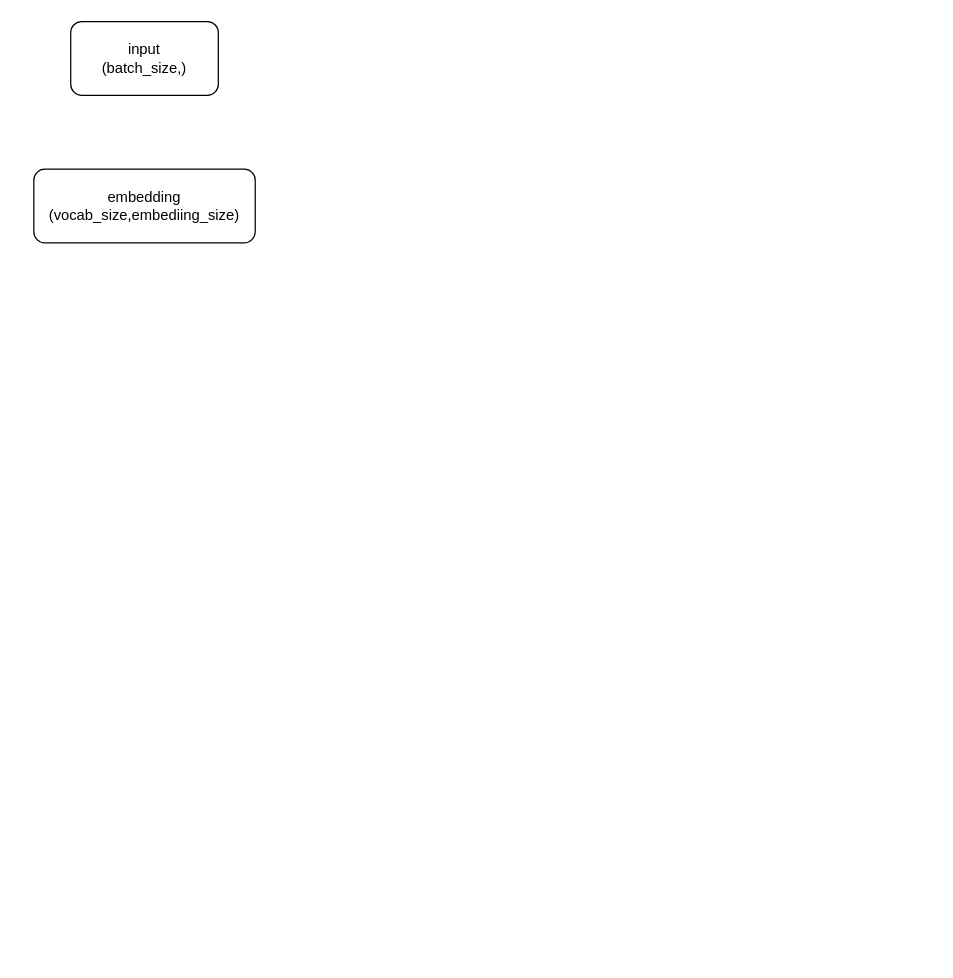
Earlier version of the draw.io diagram 未命名绘图.drawio (runoob09/drawio). Source tidied: cells renumbered, new cells numbered last; positions are measured from the earlier drawing's top-left corner, leaving out a move shared by most shapes. Both pictures are drawn from the tidied source at 123%, with x=0, y=0 at pixel (33, 21).
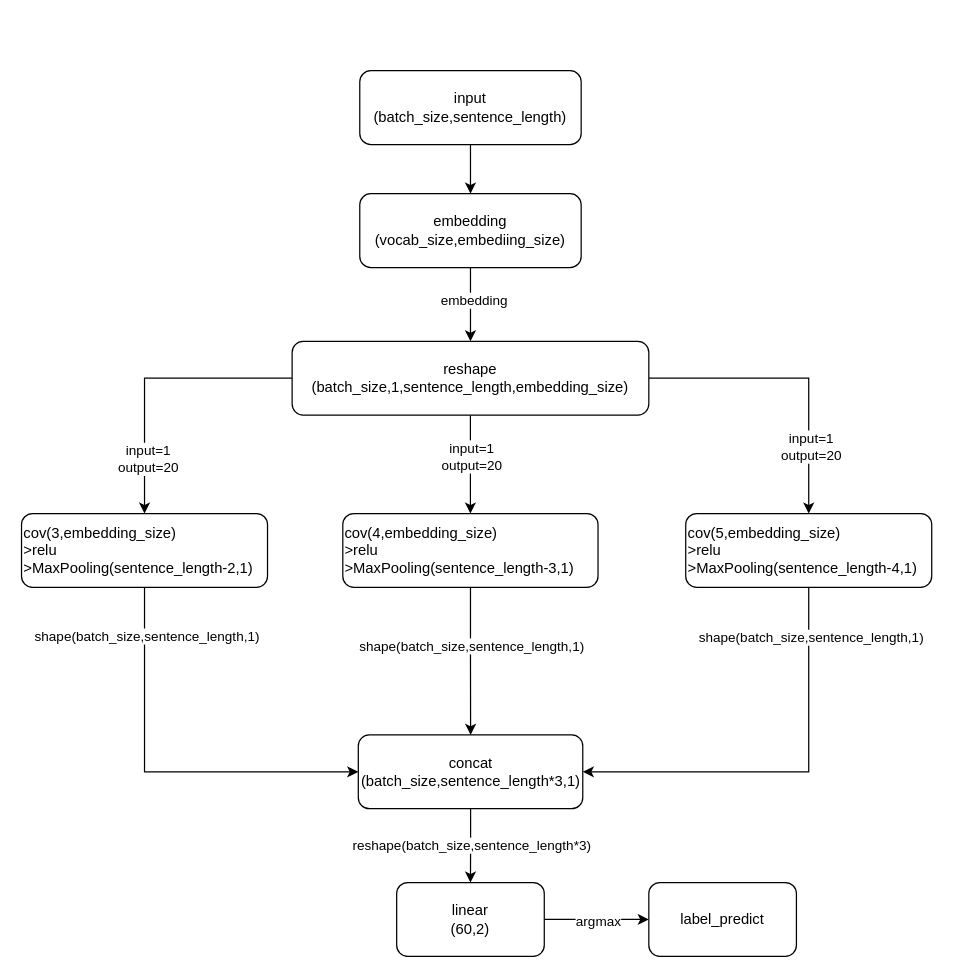
The same page after the edit.

Commit message:
更新未命名绘图.drawio

Diff of the diagram source:
```diff
@@
+    <mxCell id="4" style="edgeStyle=orthogonalEdgeStyle;rounded=0;jettySize=auto;html=1;entryX=0.5;entryY=0;entryDx=0;entryDy=0;" parent="1" edge="1" source="2" target="3">
+      <mxGeometry relative="1" as="geometry" />
+    </mxCell>
-    <mxCell id="2" value="input&lt;div&gt;(batch_size,)&lt;/div&gt;" style="rounded=1;whiteSpace=wrap;html=1;" parent="1" vertex="1">
-      <mxGeometry x="30" width="120" height="60" as="geometry" />
+    <mxCell id="2" value="input&lt;div&gt;(batch_size,sentence_length)&lt;/div&gt;" style="rounded=1;whiteSpace=wrap;html=1;" parent="1" vertex="1">
+      <mxGeometry x="265" y="40" width="180" height="60" as="geometry" />
     </mxCell>
+    <mxCell id="5" style="edgeStyle=orthogonalEdgeStyle;rounded=0;jettySize=auto;html=1;entryX=0.5;entryY=0;entryDx=0;entryDy=0;" parent="1" edge="1" source="3" target="13">
+      <mxGeometry relative="1" as="geometry" />
+    </mxCell>
+    <mxCell id="6" value="embedding" style="edgeLabel;html=1;align=center;verticalAlign=middle;" parent="5" vertex="1">
+      <mxGeometry x="-0.14" y="2" relative="1" as="geometry" />
+    </mxCell>
     <mxCell id="3" value="embedding&lt;div&gt;(vocab_size,embediing_size)&lt;/div&gt;" style="rounded=1;whiteSpace=wrap;html=1;" parent="1" vertex="1">
-      <mxGeometry y="120" width="180" height="60" as="geometry" />
+      <mxGeometry x="265" y="140" width="180" height="60" as="geometry" />
     </mxCell>
+    <mxCell id="7" style="edgeStyle=orthogonalEdgeStyle;rounded=0;jettySize=auto;html=1;entryX=0.5;entryY=0;entryDx=0;entryDy=0;" parent="1" edge="1" source="13" target="19">
+      <mxGeometry relative="1" as="geometry" />
+    </mxCell>
+    <mxCell id="8" value="input=1&lt;div&gt;output=20&lt;/div&gt;" style="edgeLabel;html=1;align=center;verticalAlign=middle;" parent="7" vertex="1">
+      <mxGeometry x="-0.18" y="1" relative="1" as="geometry" />
+    </mxCell>
+    <mxCell id="9" style="edgeStyle=orthogonalEdgeStyle;rounded=0;jettySize=auto;html=1;" parent="1" edge="1" source="13" target="16">
+      <mxGeometry relative="1" as="geometry" />
+    </mxCell>
+    <mxCell id="10" value="input=1&lt;div&gt;output=20&lt;/div&gt;" style="edgeLabel;html=1;align=center;verticalAlign=middle;" parent="9" vertex="1">
+      <mxGeometry x="0.61" y="2" relative="1" as="geometry" />
+    </mxCell>
+    <mxCell id="11" style="edgeStyle=orthogonalEdgeStyle;rounded=0;jettySize=auto;html=1;" parent="1" edge="1" source="13" target="22">
+      <mxGeometry relative="1" as="geometry" />
+    </mxCell>
+    <mxCell id="12" value="input=1&lt;div&gt;output=20&lt;/div&gt;" style="edgeLabel;html=1;align=center;verticalAlign=middle;" parent="11" vertex="1">
+      <mxGeometry x="0.54" y="1" relative="1" as="geometry" />
+    </mxCell>
+    <mxCell id="13" value="reshape&lt;div&gt;(batch_size,1,sentence_length,embedding_size)&lt;/div&gt;" style="rounded=1;whiteSpace=wrap;html=1;" parent="1" vertex="1">
+      <mxGeometry x="210" y="260" width="290" height="60" as="geometry" />
+    </mxCell>
+    <mxCell id="14" style="edgeStyle=orthogonalEdgeStyle;rounded=0;jettySize=auto;html=1;exitX=0.5;exitY=1;exitDx=0;exitDy=0;entryX=0;entryY=0.5;entryDx=0;entryDy=0;" parent="1" edge="1" source="16" target="25">
+      <mxGeometry relative="1" as="geometry" />
+    </mxCell>
+    <mxCell id="15" value="shape(batch_size,sentence_length,1)" style="edgeLabel;html=1;align=center;verticalAlign=middle;" parent="14" vertex="1">
+      <mxGeometry x="-0.76" y="1" relative="1" as="geometry" />
+    </mxCell>
+    <mxCell id="16" value="cov(3,embedding_size)&lt;div&gt;&amp;gt;relu&lt;/div&gt;&lt;div&gt;&amp;gt;MaxPooling(sentence_length-2,1)&lt;/div&gt;" style="rounded=1;whiteSpace=wrap;html=1;align=left;" parent="1" vertex="1">
+      <mxGeometry x="-10" y="400" width="200" height="60" as="geometry" />
+    </mxCell>
+    <mxCell id="17" style="edgeStyle=orthogonalEdgeStyle;rounded=0;jettySize=auto;html=1;" parent="1" edge="1" source="19" target="25">
+      <mxGeometry relative="1" as="geometry" />
+    </mxCell>
+    <mxCell id="18" value="shape(batch_size,sentence_length,1)" style="edgeLabel;html=1;align=center;verticalAlign=middle;" parent="17" vertex="1">
+      <mxGeometry x="-0.21" relative="1" as="geometry" />
+    </mxCell>
+    <mxCell id="19" value="&lt;span style=&quot;&quot;&gt;cov(4,embedding_size)&lt;/span&gt;&lt;div style=&quot;&quot;&gt;&amp;gt;relu&lt;/div&gt;&lt;div style=&quot;&quot;&gt;&amp;gt;MaxPooling(sentence_length-3,1)&lt;/div&gt;" style="rounded=1;whiteSpace=wrap;html=1;align=left;" parent="1" vertex="1">
+      <mxGeometry x="251.2" y="400" width="207.5" height="60" as="geometry" />
+    </mxCell>
+    <mxCell id="20" style="edgeStyle=orthogonalEdgeStyle;rounded=0;jettySize=auto;html=1;entryX=1;entryY=0.5;entryDx=0;entryDy=0;" parent="1" edge="1" source="22" target="25">
+      <mxGeometry relative="1" as="geometry">
+        <Array as="points">
+          <mxPoint x="630" y="610" />
+        </Array>
+      </mxGeometry>
+    </mxCell>
+    <mxCell id="21" value="shape(batch_size,sentence_length,1)" style="edgeLabel;html=1;align=center;verticalAlign=middle;" parent="20" vertex="1">
+      <mxGeometry x="-0.76" y="1" relative="1" as="geometry" />
+    </mxCell>
+    <mxCell id="22" value="&lt;span style=&quot;&quot;&gt;cov(5,embedding_size)&lt;/span&gt;&lt;div style=&quot;&quot;&gt;&amp;gt;relu&lt;/div&gt;&lt;div style=&quot;&quot;&gt;&amp;gt;MaxPooling(sentence_length-4,1)&lt;/div&gt;" style="rounded=1;whiteSpace=wrap;html=1;align=left;" parent="1" vertex="1">
+      <mxGeometry x="530" y="400" width="200" height="60" as="geometry" />
+    </mxCell>
+    <mxCell id="23" style="edgeStyle=orthogonalEdgeStyle;rounded=0;jettySize=auto;html=1;entryX=0.5;entryY=0;entryDx=0;entryDy=0;" parent="1" edge="1" source="25" target="28">
+      <mxGeometry relative="1" as="geometry" />
+    </mxCell>
+    <mxCell id="24" value="reshape(batch_size,sentence_length*3)" style="edgeLabel;html=1;align=center;verticalAlign=middle;" parent="23" vertex="1">
+      <mxGeometry x="-0.35" y="1" relative="1" as="geometry">
+        <mxPoint x="-1" y="9" as="offset" />
+      </mxGeometry>
+    </mxCell>
+    <mxCell id="25" value="concat&lt;div&gt;(batch_size,sentence_length*3,1)&lt;/div&gt;" style="rounded=1;whiteSpace=wrap;html=1;" parent="1" vertex="1">
+      <mxGeometry x="263.8" y="580" width="182.5" height="60" as="geometry" />
+    </mxCell>
+    <mxCell id="26" style="edgeStyle=orthogonalEdgeStyle;rounded=0;jettySize=auto;html=1;" parent="1" edge="1" source="28" target="29">
+      <mxGeometry relative="1" as="geometry" />
+    </mxCell>
+    <mxCell id="27" value="argmax" style="edgeLabel;html=1;align=center;verticalAlign=middle;" parent="26" vertex="1">
+      <mxGeometry x="0.26" y="-1" relative="1" as="geometry">
+        <mxPoint x="-11" as="offset" />
+      </mxGeometry>
+    </mxCell>
+    <mxCell id="28" value="linear&lt;div&gt;(60,2)&lt;/div&gt;" style="rounded=1;whiteSpace=wrap;html=1;" parent="1" vertex="1">
+      <mxGeometry x="295" y="700" width="120" height="60" as="geometry" />
+    </mxCell>
+    <mxCell id="29" value="label_predict" style="rounded=1;whiteSpace=wrap;html=1;" parent="1" vertex="1">
+      <mxGeometry x="500" y="700" width="120" height="60" as="geometry" />
+    </mxCell>
```
